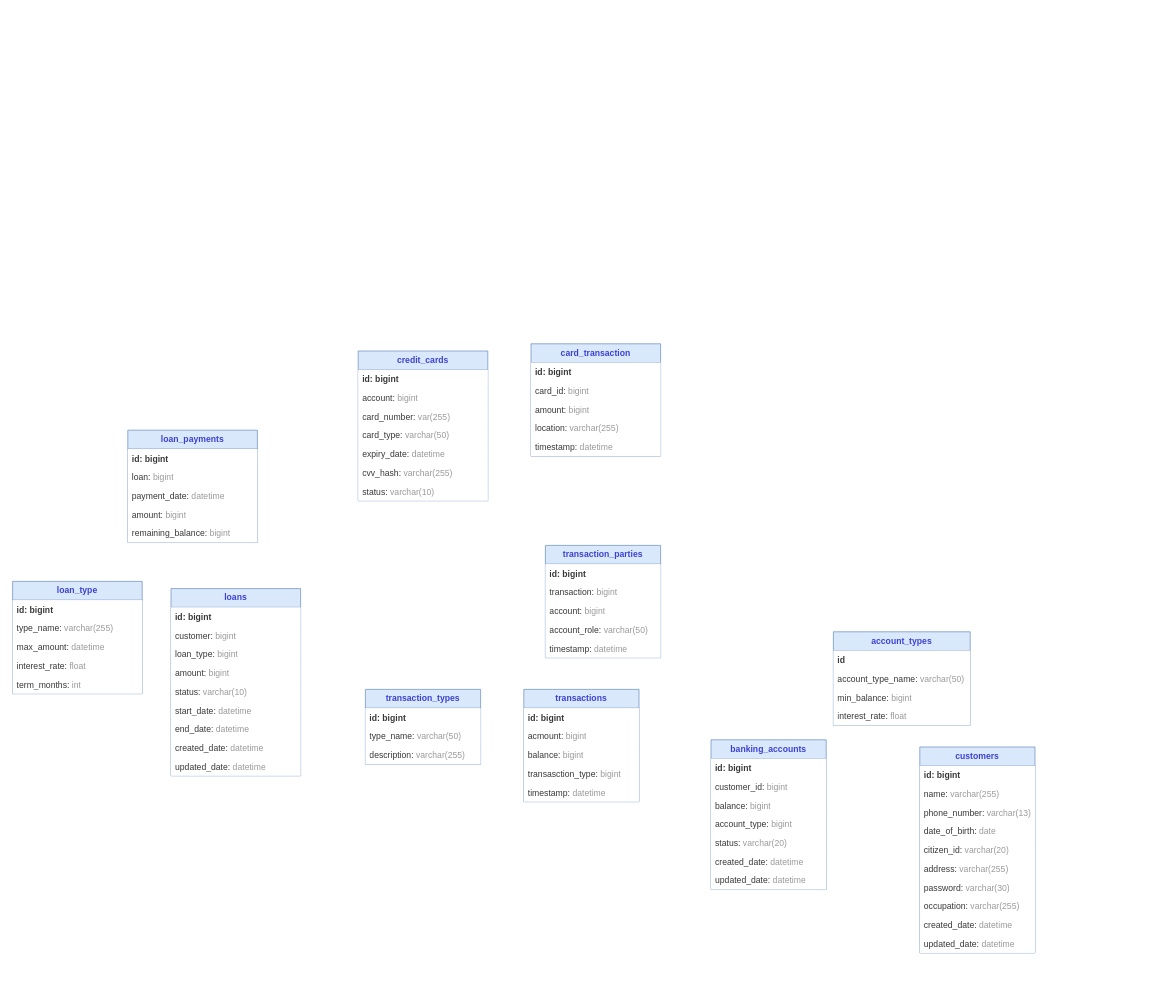
The draw.io diagram banking/database/Banking Diagram.drawio in dhuy00/diagram, before the edit. Source tidied: cells renumbered, new cells numbered last; positions are measured from the earlier drawing's top-left corner, leaving out a move shared by most shapes. Both pictures are drawn from the tidied source at 72%, with x=0, y=0 at pixel (12, 343).
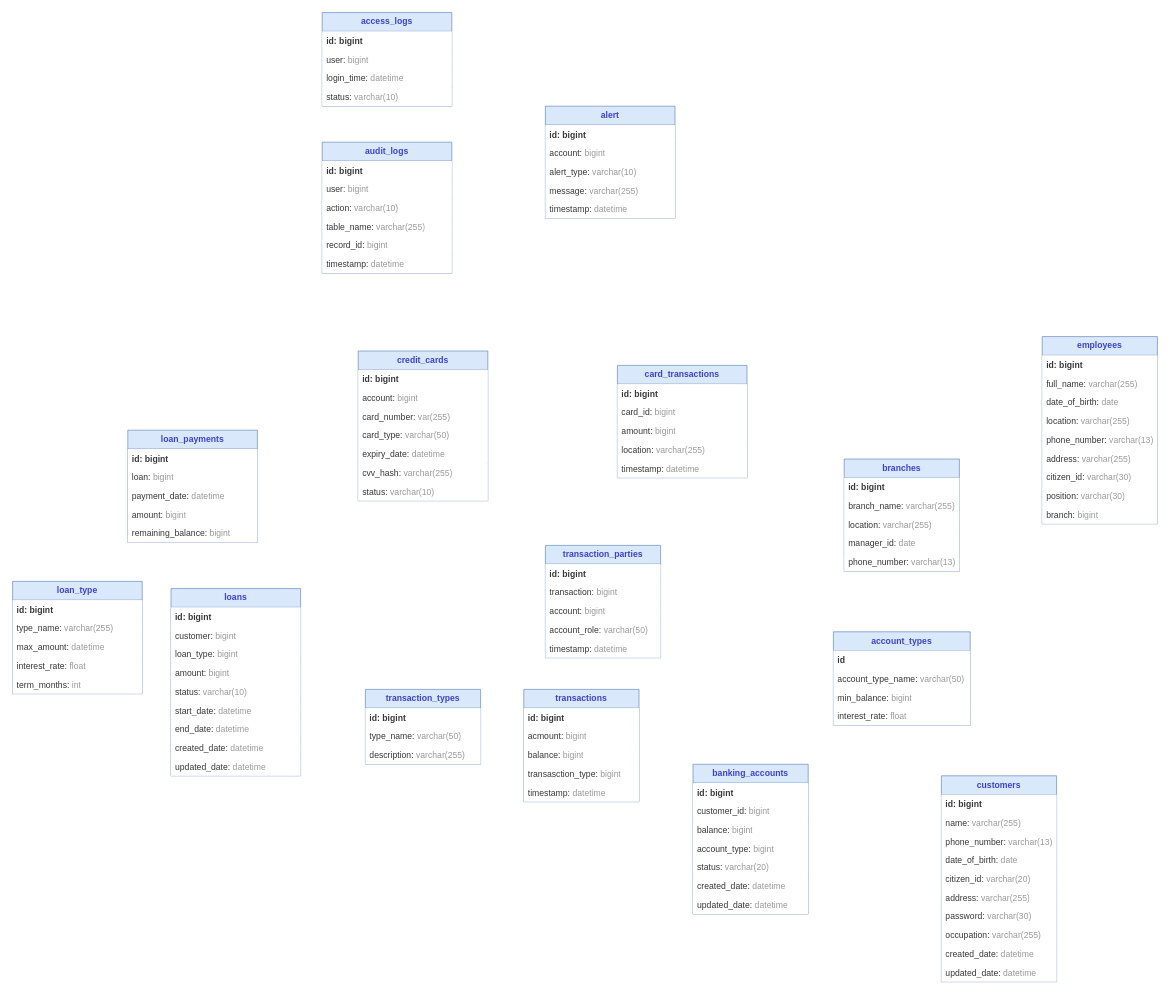
After the change.

What changed in the source:
```diff
@@
     <mxCell id="2" value="customers" style="swimlane;fontStyle=1;horizontal=1;startSize=26;fillColor=#dae8fc;whiteSpace=wrap;html=1;strokeColor=#6c8ebf;fontColor=light-dark(#3c41d3, #ededed);" parent="1" vertex="1">
-      <mxGeometry x="1260" y="560" width="160" height="286" as="geometry" />
+      <mxGeometry x="1290" y="600" width="160" height="286" as="geometry" />
     </mxCell>
@@
     <mxCell id="13" value="banking_accounts" style="swimlane;fontStyle=1;horizontal=1;startSize=26;fillColor=#dae8fc;whiteSpace=wrap;html=1;strokeColor=#6c8ebf;fontColor=light-dark(#3c41d3, #ededed);" parent="1" vertex="1">
-      <mxGeometry x="970" y="550" width="160" height="208" as="geometry" />
+      <mxGeometry x="945" y="584" width="160" height="208" as="geometry" />
     </mxCell>
@@
-    <mxCell id="72" value="card_transaction" style="swimlane;fontStyle=1;horizontal=1;startSize=26;fillColor=#dae8fc;whiteSpace=wrap;html=1;strokeColor=#6c8ebf;fontColor=light-dark(#3c41d3, #ededed);" parent="1" vertex="1">
-      <mxGeometry x="720" width="180" height="156" as="geometry" />
+    <mxCell id="72" value="card_transactions" style="swimlane;fontStyle=1;horizontal=1;startSize=26;fillColor=#dae8fc;whiteSpace=wrap;html=1;strokeColor=#6c8ebf;fontColor=light-dark(#3c41d3, #ededed);" parent="1" vertex="1">
+      <mxGeometry x="840" y="30" width="180" height="156" as="geometry" />
     </mxCell>
@@
+    <mxCell id="78" value="access_logs" style="swimlane;fontStyle=1;horizontal=1;startSize=26;fillColor=#dae8fc;whiteSpace=wrap;html=1;strokeColor=#6c8ebf;fontColor=light-dark(#3c41d3, #ededed);" parent="1" vertex="1">
+      <mxGeometry x="430" y="-460" width="180" height="130" as="geometry" />
+    </mxCell>
+    <mxCell id="79" value="id: bigint" style="text;strokeColor=none;fillColor=default;align=left;verticalAlign=top;spacingLeft=4;spacingRight=4;overflow=hidden;whiteSpace=wrap;html=1;fontStyle=1;fontColor=light-dark(#393838, #ededed);" parent="78" vertex="1">
+      <mxGeometry y="26" width="180" height="26" as="geometry" />
+    </mxCell>
+    <mxCell id="80" value="user: &lt;font style=&quot;color: rgb(153, 153, 153);&quot;&gt;bigint&lt;/font&gt;" style="text;strokeColor=none;fillColor=default;align=left;verticalAlign=top;spacingLeft=4;spacingRight=4;overflow=hidden;whiteSpace=wrap;html=1;fontColor=light-dark(#393838,#EDEDED);" parent="78" vertex="1">
+      <mxGeometry y="52" width="180" height="26" as="geometry" />
+    </mxCell>
+    <mxCell id="81" value="login_time: &lt;font color=&quot;#999999&quot;&gt;datetime&lt;/font&gt;" style="text;strokeColor=none;fillColor=default;align=left;verticalAlign=top;spacingLeft=4;spacingRight=4;overflow=hidden;whiteSpace=wrap;html=1;fontColor=#393838;" parent="78" vertex="1">
+      <mxGeometry y="78" width="180" height="26" as="geometry" />
+    </mxCell>
+    <mxCell id="82" value="status: &lt;font color=&quot;#999999&quot;&gt;varchar(10)&lt;/font&gt;" style="text;strokeColor=none;fillColor=default;align=left;verticalAlign=top;spacingLeft=4;spacingRight=4;overflow=hidden;whiteSpace=wrap;html=1;fontColor=#393838;" parent="78" vertex="1">
+      <mxGeometry y="104" width="180" height="26" as="geometry" />
+    </mxCell>
+    <mxCell id="83" value="alert" style="swimlane;fontStyle=1;horizontal=1;startSize=26;fillColor=#dae8fc;whiteSpace=wrap;html=1;strokeColor=#6c8ebf;fontColor=light-dark(#3c41d3, #ededed);" parent="1" vertex="1">
+      <mxGeometry x="740" y="-330" width="180" height="156" as="geometry" />
+    </mxCell>
+    <mxCell id="84" value="id: bigint" style="text;strokeColor=none;fillColor=default;align=left;verticalAlign=top;spacingLeft=4;spacingRight=4;overflow=hidden;whiteSpace=wrap;html=1;fontStyle=1;fontColor=light-dark(#393838, #ededed);" parent="83" vertex="1">
+      <mxGeometry y="26" width="180" height="26" as="geometry" />
+    </mxCell>
+    <mxCell id="85" value="account: &lt;font style=&quot;color: rgb(153, 153, 153);&quot;&gt;bigint&lt;/font&gt;" style="text;strokeColor=none;fillColor=default;align=left;verticalAlign=top;spacingLeft=4;spacingRight=4;overflow=hidden;whiteSpace=wrap;html=1;fontColor=light-dark(#393838,#EDEDED);" parent="83" vertex="1">
+      <mxGeometry y="52" width="180" height="26" as="geometry" />
+    </mxCell>
+    <mxCell id="86" value="alert_type: &lt;font color=&quot;#999999&quot;&gt;varchar(10)&lt;/font&gt;" style="text;strokeColor=none;fillColor=default;align=left;verticalAlign=top;spacingLeft=4;spacingRight=4;overflow=hidden;whiteSpace=wrap;html=1;fontColor=#393838;" parent="83" vertex="1">
+      <mxGeometry y="78" width="180" height="26" as="geometry" />
+    </mxCell>
+    <mxCell id="87" value="message: &lt;font color=&quot;#999999&quot;&gt;varchar(255)&lt;/font&gt;" style="text;strokeColor=none;fillColor=default;align=left;verticalAlign=top;spacingLeft=4;spacingRight=4;overflow=hidden;whiteSpace=wrap;html=1;fontColor=#393838;" parent="83" vertex="1">
+      <mxGeometry y="104" width="180" height="26" as="geometry" />
+    </mxCell>
+    <mxCell id="88" value="timestamp: &lt;font color=&quot;#999999&quot;&gt;datetime&lt;/font&gt;" style="text;strokeColor=none;fillColor=default;align=left;verticalAlign=top;spacingLeft=4;spacingRight=4;overflow=hidden;whiteSpace=wrap;html=1;fontColor=#393838;" parent="83" vertex="1">
+      <mxGeometry y="130" width="180" height="26" as="geometry" />
+    </mxCell>
+    <mxCell id="89" value="audit_logs" style="swimlane;fontStyle=1;horizontal=1;startSize=26;fillColor=#dae8fc;whiteSpace=wrap;html=1;strokeColor=#6c8ebf;fontColor=light-dark(#3c41d3, #ededed);" parent="1" vertex="1">
+      <mxGeometry x="430" y="-280" width="180" height="182" as="geometry" />
+    </mxCell>
+    <mxCell id="90" value="id: bigint" style="text;strokeColor=none;fillColor=default;align=left;verticalAlign=top;spacingLeft=4;spacingRight=4;overflow=hidden;whiteSpace=wrap;html=1;fontStyle=1;fontColor=light-dark(#393838, #ededed);" parent="89" vertex="1">
+      <mxGeometry y="26" width="180" height="26" as="geometry" />
+    </mxCell>
+    <mxCell id="91" value="user: &lt;font style=&quot;color: rgb(153, 153, 153);&quot;&gt;bigint&lt;/font&gt;" style="text;strokeColor=none;fillColor=default;align=left;verticalAlign=top;spacingLeft=4;spacingRight=4;overflow=hidden;whiteSpace=wrap;html=1;fontColor=light-dark(#393838,#EDEDED);" parent="89" vertex="1">
+      <mxGeometry y="52" width="180" height="26" as="geometry" />
+    </mxCell>
+    <mxCell id="92" value="action: &lt;font color=&quot;#999999&quot;&gt;varchar(10)&lt;/font&gt;" style="text;strokeColor=none;fillColor=default;align=left;verticalAlign=top;spacingLeft=4;spacingRight=4;overflow=hidden;whiteSpace=wrap;html=1;fontColor=#393838;" parent="89" vertex="1">
+      <mxGeometry y="78" width="180" height="26" as="geometry" />
+    </mxCell>
+    <mxCell id="93" value="table_name: &lt;font color=&quot;#999999&quot;&gt;varchar(255)&lt;/font&gt;" style="text;strokeColor=none;fillColor=default;align=left;verticalAlign=top;spacingLeft=4;spacingRight=4;overflow=hidden;whiteSpace=wrap;html=1;fontColor=#393838;" parent="89" vertex="1">
+      <mxGeometry y="104" width="180" height="26" as="geometry" />
+    </mxCell>
+    <mxCell id="94" value="record_id: &lt;font color=&quot;#999999&quot;&gt;bigint&lt;/font&gt;" style="text;strokeColor=none;fillColor=default;align=left;verticalAlign=top;spacingLeft=4;spacingRight=4;overflow=hidden;whiteSpace=wrap;html=1;fontColor=#393838;" parent="89" vertex="1">
+      <mxGeometry y="130" width="180" height="26" as="geometry" />
+    </mxCell>
+    <mxCell id="95" value="timestamp: &lt;font color=&quot;#999999&quot;&gt;datetime&lt;/font&gt;" style="text;strokeColor=none;fillColor=default;align=left;verticalAlign=top;spacingLeft=4;spacingRight=4;overflow=hidden;whiteSpace=wrap;html=1;fontColor=#393838;" parent="89" vertex="1">
+      <mxGeometry y="156" width="180" height="26" as="geometry" />
+    </mxCell>
+    <mxCell id="96" value="branches" style="swimlane;fontStyle=1;horizontal=1;startSize=26;fillColor=#dae8fc;whiteSpace=wrap;html=1;strokeColor=#6c8ebf;fontColor=light-dark(#3c41d3, #ededed);" parent="1" vertex="1">
+      <mxGeometry x="1155" y="160" width="160" height="156" as="geometry" />
+    </mxCell>
+    <mxCell id="97" value="id: bigint" style="text;strokeColor=none;fillColor=default;align=left;verticalAlign=top;spacingLeft=4;spacingRight=4;overflow=hidden;whiteSpace=wrap;html=1;fontStyle=1;fontColor=light-dark(#393838, #ededed);" parent="96" vertex="1">
+      <mxGeometry y="26" width="160" height="26" as="geometry" />
+    </mxCell>
+    <mxCell id="98" value="branch_name: &lt;font style=&quot;color: rgb(153, 153, 153);&quot;&gt;varchar(255)&lt;/font&gt;" style="text;strokeColor=none;fillColor=default;align=left;verticalAlign=top;spacingLeft=4;spacingRight=4;overflow=hidden;whiteSpace=wrap;html=1;fontColor=light-dark(#393838,#EDEDED);" parent="96" vertex="1">
+      <mxGeometry y="52" width="160" height="26" as="geometry" />
+    </mxCell>
+    <mxCell id="99" value="location: &lt;font style=&quot;color: rgb(153, 153, 153);&quot;&gt;varchar(255)&lt;/font&gt;" style="text;strokeColor=none;fillColor=default;align=left;verticalAlign=top;spacingLeft=4;spacingRight=4;overflow=hidden;whiteSpace=wrap;html=1;fontColor=#393838;" parent="96" vertex="1">
+      <mxGeometry y="78" width="160" height="26" as="geometry" />
+    </mxCell>
+    <mxCell id="100" value="manager_id: &lt;font style=&quot;color: rgb(153, 153, 153);&quot;&gt;date&lt;/font&gt;" style="text;strokeColor=none;fillColor=default;align=left;verticalAlign=top;spacingLeft=4;spacingRight=4;overflow=hidden;whiteSpace=wrap;html=1;fontColor=#393838;" parent="96" vertex="1">
+      <mxGeometry y="104" width="160" height="26" as="geometry" />
+    </mxCell>
+    <mxCell id="101" value="phone_number: &lt;font style=&quot;color: rgb(153, 153, 153);&quot;&gt;varchar(13)&lt;/font&gt;" style="text;strokeColor=none;fillColor=default;align=left;verticalAlign=top;spacingLeft=4;spacingRight=4;overflow=hidden;whiteSpace=wrap;html=1;fontColor=#393838;" parent="96" vertex="1">
+      <mxGeometry y="130" width="160" height="26" as="geometry" />
+    </mxCell>
+    <mxCell id="102" value="employees" style="swimlane;fontStyle=1;horizontal=1;startSize=26;fillColor=#dae8fc;whiteSpace=wrap;html=1;strokeColor=#6c8ebf;fontColor=light-dark(#3c41d3, #ededed);" parent="1" vertex="1">
+      <mxGeometry x="1430" y="-10" width="160" height="260" as="geometry" />
+    </mxCell>
+    <mxCell id="103" value="id: bigint" style="text;strokeColor=none;fillColor=default;align=left;verticalAlign=top;spacingLeft=4;spacingRight=4;overflow=hidden;whiteSpace=wrap;html=1;fontStyle=1;fontColor=light-dark(#393838, #ededed);" parent="102" vertex="1">
+      <mxGeometry y="26" width="160" height="26" as="geometry" />
+    </mxCell>
+    <mxCell id="104" value="full_name: &lt;font style=&quot;color: rgb(153, 153, 153);&quot;&gt;varchar(255)&lt;/font&gt;" style="text;strokeColor=none;fillColor=default;align=left;verticalAlign=top;spacingLeft=4;spacingRight=4;overflow=hidden;whiteSpace=wrap;html=1;fontColor=light-dark(#393838,#EDEDED);" parent="102" vertex="1">
+      <mxGeometry y="52" width="160" height="26" as="geometry" />
+    </mxCell>
+    <mxCell id="105" value="date_of_birth: &lt;font color=&quot;#999999&quot;&gt;date&lt;/font&gt;" style="text;strokeColor=none;fillColor=default;align=left;verticalAlign=top;spacingLeft=4;spacingRight=4;overflow=hidden;whiteSpace=wrap;html=1;fontColor=light-dark(#393838,#EDEDED);" parent="102" vertex="1">
+      <mxGeometry y="78" width="160" height="26" as="geometry" />
+    </mxCell>
+    <mxCell id="106" value="location: &lt;font style=&quot;color: rgb(153, 153, 153);&quot;&gt;varchar(255)&lt;/font&gt;" style="text;strokeColor=none;fillColor=default;align=left;verticalAlign=top;spacingLeft=4;spacingRight=4;overflow=hidden;whiteSpace=wrap;html=1;fontColor=#393838;" parent="102" vertex="1">
+      <mxGeometry y="104" width="160" height="26" as="geometry" />
+    </mxCell>
+    <mxCell id="107" value="phone_number: &lt;font style=&quot;color: rgb(153, 153, 153);&quot;&gt;varchar(13)&lt;/font&gt;" style="text;strokeColor=none;fillColor=default;align=left;verticalAlign=top;spacingLeft=4;spacingRight=4;overflow=hidden;whiteSpace=wrap;html=1;fontColor=#393838;" parent="102" vertex="1">
+      <mxGeometry y="130" width="160" height="26" as="geometry" />
+    </mxCell>
+    <mxCell id="108" value="address: &lt;font style=&quot;color: rgb(153, 153, 153);&quot;&gt;varchar(255)&lt;/font&gt;" style="text;strokeColor=none;fillColor=default;align=left;verticalAlign=top;spacingLeft=4;spacingRight=4;overflow=hidden;whiteSpace=wrap;html=1;fontColor=#393838;" parent="102" vertex="1">
+      <mxGeometry y="156" width="160" height="26" as="geometry" />
+    </mxCell>
+    <mxCell id="109" value="citizen_id: &lt;font style=&quot;color: rgb(153, 153, 153);&quot;&gt;varchar(30)&lt;/font&gt;" style="text;strokeColor=none;fillColor=default;align=left;verticalAlign=top;spacingLeft=4;spacingRight=4;overflow=hidden;whiteSpace=wrap;html=1;fontColor=#393838;" parent="102" vertex="1">
+      <mxGeometry y="182" width="160" height="26" as="geometry" />
+    </mxCell>
+    <mxCell id="110" value="position: &lt;font style=&quot;color: rgb(153, 153, 153);&quot;&gt;varchar(30)&lt;/font&gt;" style="text;strokeColor=none;fillColor=default;align=left;verticalAlign=top;spacingLeft=4;spacingRight=4;overflow=hidden;whiteSpace=wrap;html=1;fontColor=#393838;" parent="102" vertex="1">
+      <mxGeometry y="208" width="160" height="26" as="geometry" />
+    </mxCell>
+    <mxCell id="111" value="branch: &lt;font style=&quot;color: rgb(153, 153, 153);&quot;&gt;bigint&lt;/font&gt;" style="text;strokeColor=none;fillColor=default;align=left;verticalAlign=top;spacingLeft=4;spacingRight=4;overflow=hidden;whiteSpace=wrap;html=1;fontColor=#393838;" parent="102" vertex="1">
+      <mxGeometry y="234" width="160" height="26" as="geometry" />
+    </mxCell>
```
